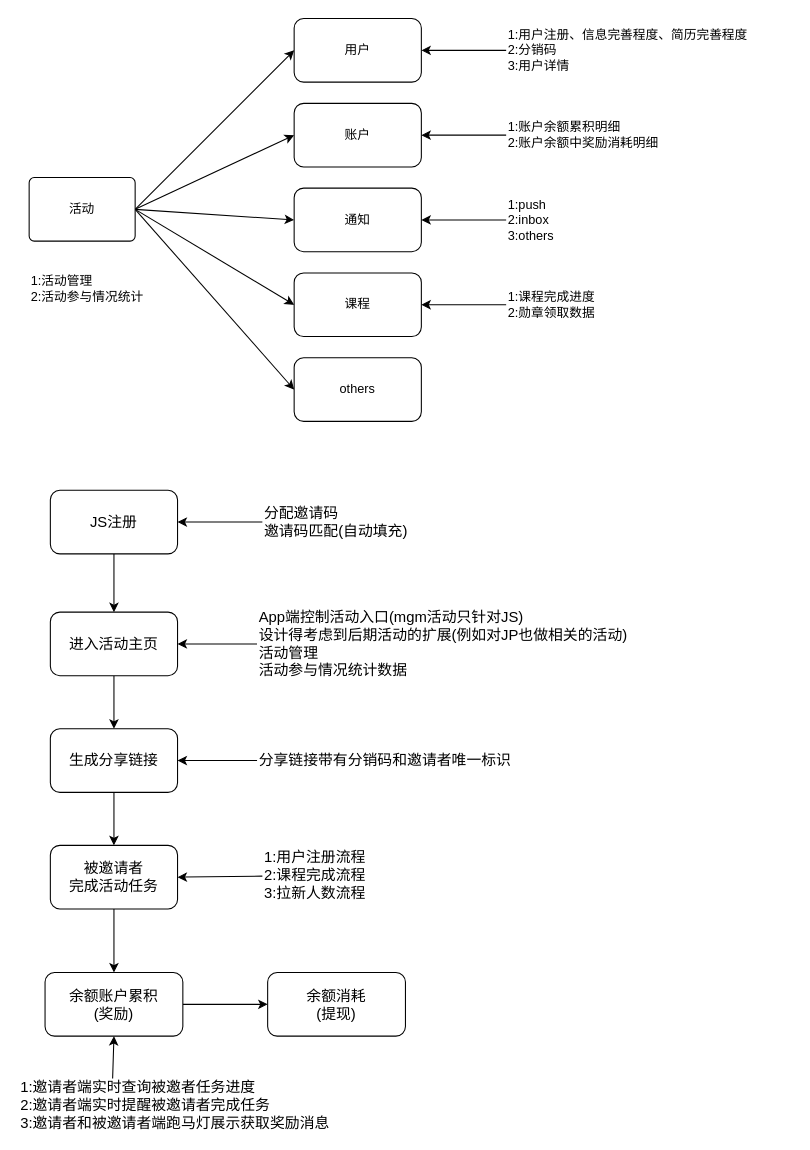
The draw.io diagram page "JS拉新" (4 of 4) of kupu杂项.drawio in jarcn/pic, before the edit. Source tidied: cells renumbered, new cells numbered last; positions are measured from the earlier drawing's top-left corner, leaving out a move shared by most shapes. Both pictures are drawn from the tidied source at 106%, with x=0, y=0 at pixel (18, 18).
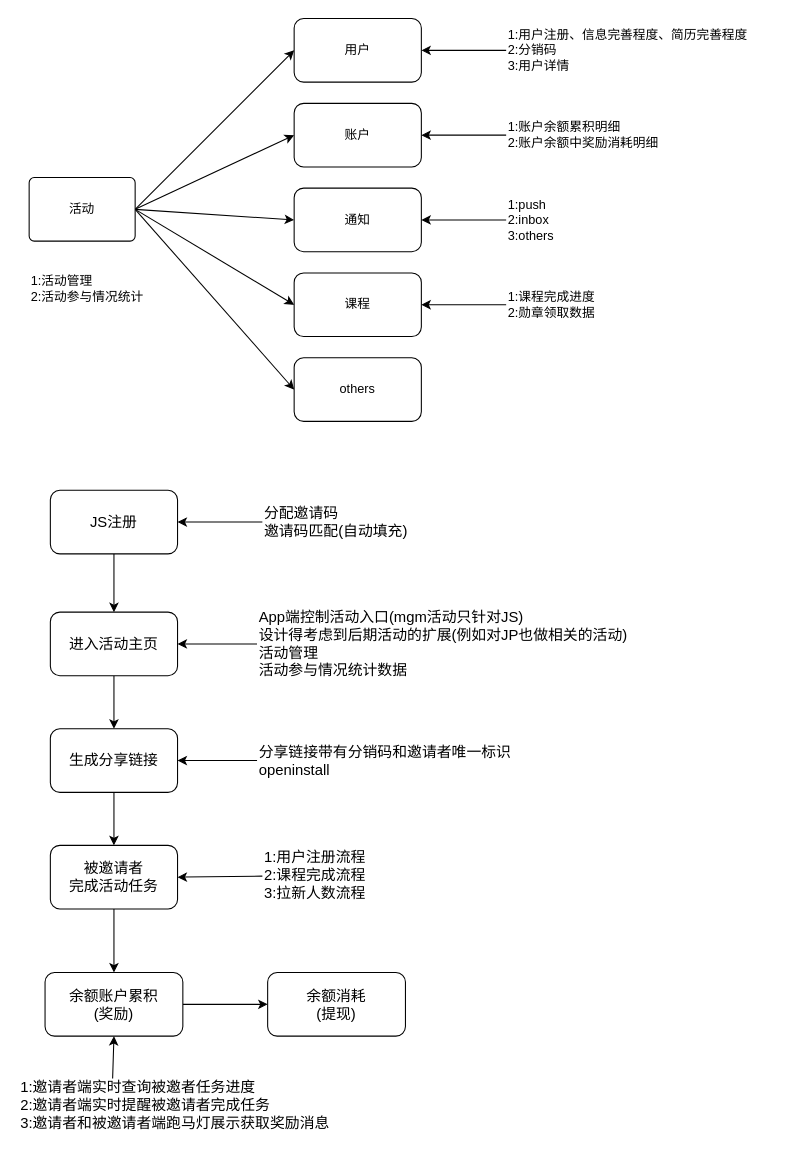
After the change.

Change to the diagram source:
```diff
@@
-    <mxCell id="23" value="分享链接带有分销码和邀请者唯一标识" style="text;html=1;strokeColor=none;fillColor=none;align=left;verticalAlign=middle;whiteSpace=wrap;rounded=0;fontSize=14;" parent="1" vertex="1">
+    <mxCell id="23" value="分享链接带有分销码和邀请者唯一标识&lt;br&gt;openinstall" style="text;html=1;strokeColor=none;fillColor=none;align=left;verticalAlign=middle;whiteSpace=wrap;rounded=0;fontSize=14;" parent="1" vertex="1">
       <mxGeometry x="225" y="685" width="250" height="30" as="geometry" />
     </mxCell>
```
